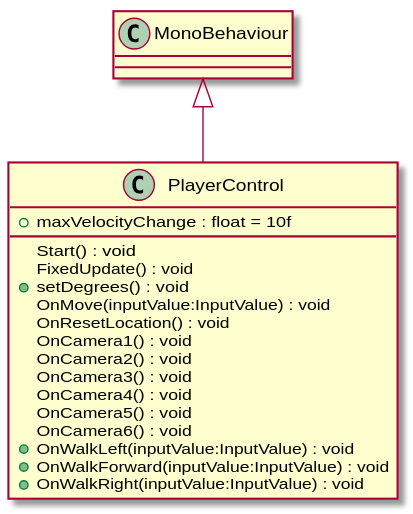
Earlier version of the PlantUML export UML/MallowMystery/Assets/Scripts/PlayerControl.svg (robinsuurs/Mallow_Mysterie).
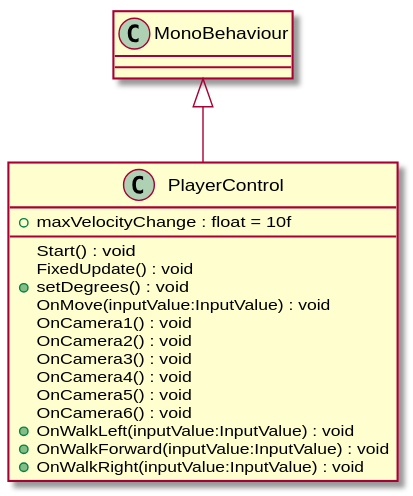
The same file after the commit.

What changed in the source:
```diff
@@ -5,7 +5,6 @@
     FixedUpdate() : void
     + setDegrees() : void
     OnMove(inputValue:InputValue) : void
-    OnResetLocation() : void
     OnCamera1() : void
     OnCamera2() : void
     OnCamera3() : void
```
